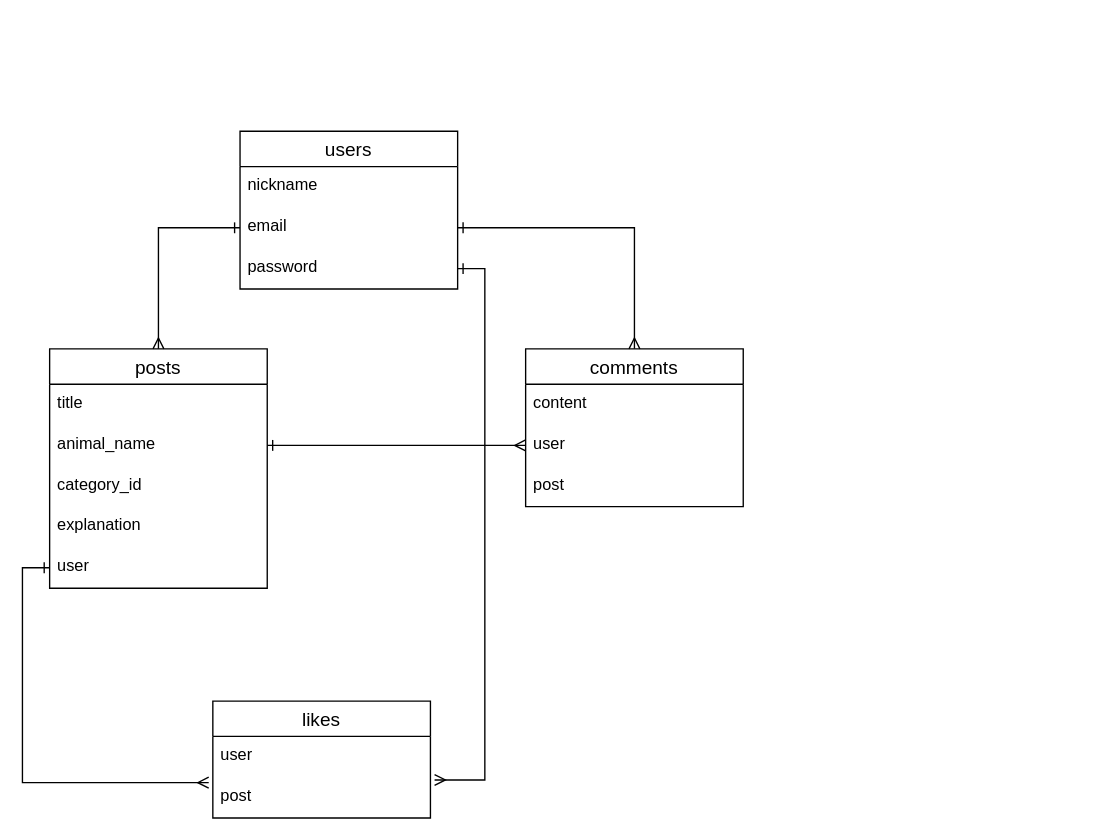
tomoyasakamoto32/anipho keeps this draw.io diagram as anipho.dio. Above is the earlier version. Source tidied: cells renumbered, new cells numbered last; positions are measured from the earlier drawing's top-left corner, leaving out a move shared by most shapes. Both pictures are drawn from the tidied source at 136%, with x=0, y=0 at pixel (49, 131).
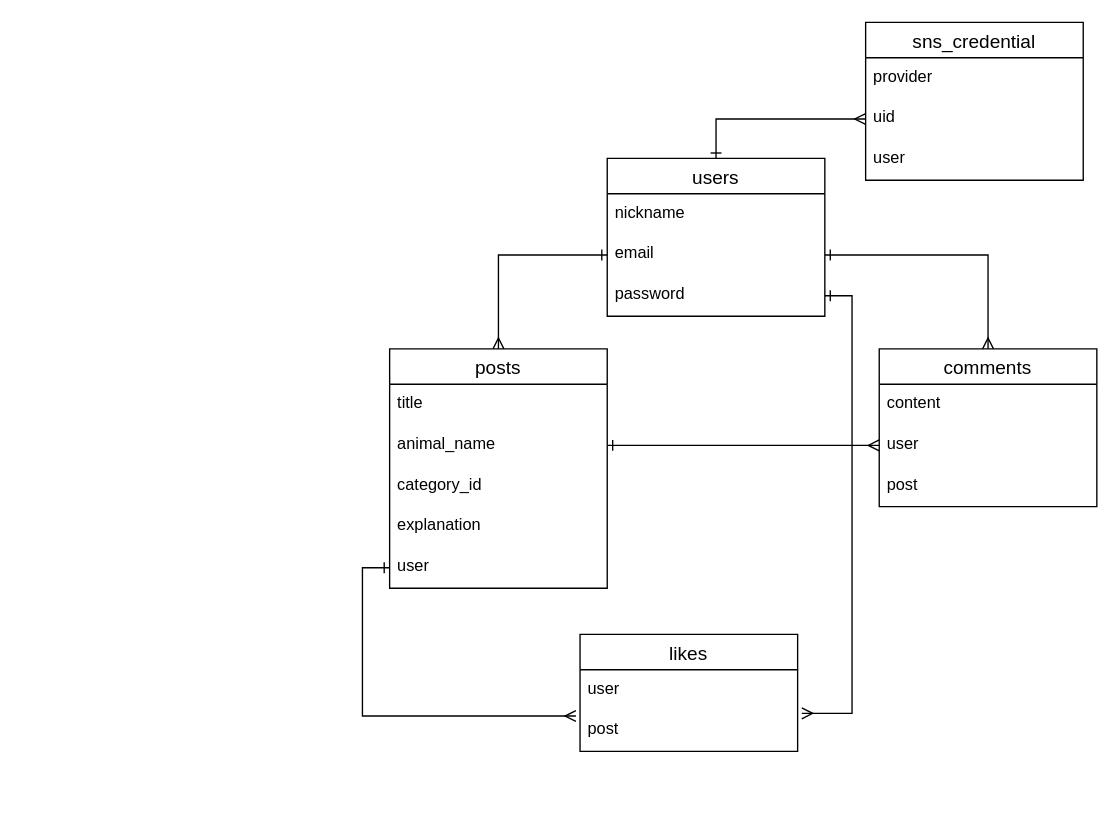
The same diagram, later.

What changed in the source:
```diff
@@
     <mxCell id="2" value="users" style="swimlane;fontStyle=0;horizontal=1;startSize=26;align=center;fontSize=14;" parent="1" vertex="1">
-      <mxGeometry x="140" width="160" height="116" as="geometry" />
+      <mxGeometry x="410" y="20" width="160" height="116" as="geometry" />
     </mxCell>
@@
     <mxCell id="6" value="posts" style="swimlane;fontStyle=0;horizontal=1;startSize=26;align=center;fontSize=14;" parent="1" vertex="1">
-      <mxGeometry y="160" width="160" height="176" as="geometry" />
+      <mxGeometry x="250" y="160" width="160" height="176" as="geometry" />
     </mxCell>
@@
     <mxCell id="12" value="comments" style="swimlane;fontStyle=0;horizontal=1;startSize=26;align=center;fontSize=14;" parent="1" vertex="1">
-      <mxGeometry x="350" y="160" width="160" height="116" as="geometry" />
+      <mxGeometry x="610" y="160" width="160" height="116" as="geometry" />
     </mxCell>
@@
     <mxCell id="16" value="likes" style="swimlane;fontStyle=0;horizontal=1;startSize=26;align=center;fontSize=14;" parent="1" vertex="1">
-      <mxGeometry x="120" y="419" width="160" height="86" as="geometry" />
+      <mxGeometry x="390" y="370" width="160" height="86" as="geometry" />
     </mxCell>
@@
+    <mxCell id="24" value="sns_credential" style="swimlane;fontStyle=0;horizontal=1;startSize=26;align=center;fontSize=14;" parent="1" vertex="1">
+      <mxGeometry x="600" y="-80" width="160" height="116" as="geometry" />
+    </mxCell>
+    <mxCell id="25" value="provider" style="text;strokeColor=none;fillColor=none;spacingLeft=4;spacingRight=4;overflow=hidden;fontSize=12;" parent="24" vertex="1">
+      <mxGeometry y="26" width="160" height="30" as="geometry" />
+    </mxCell>
+    <mxCell id="26" value="uid" style="text;strokeColor=none;fillColor=none;spacingLeft=4;spacingRight=4;overflow=hidden;points=[[0,0.5],[1,0.5]];portConstraint=eastwest;fontSize=12;" parent="24" vertex="1">
+      <mxGeometry y="56" width="160" height="30" as="geometry" />
+    </mxCell>
+    <mxCell id="27" value="user" style="text;strokeColor=none;fillColor=none;spacingLeft=4;spacingRight=4;overflow=hidden;fontSize=12;" parent="24" vertex="1">
+      <mxGeometry y="86" width="160" height="30" as="geometry" />
+    </mxCell>
+    <mxCell id="28" style="edgeStyle=orthogonalEdgeStyle;rounded=0;jettySize=auto;html=1;exitX=0;exitY=0.5;exitDx=0;exitDy=0;entryX=0.5;entryY=0;entryDx=0;entryDy=0;startArrow=ERmany;startFill=0;endArrow=ERone;endFill=0;" parent="1" edge="1" source="26" target="2">
+      <mxGeometry relative="1" as="geometry" />
+    </mxCell>
```
